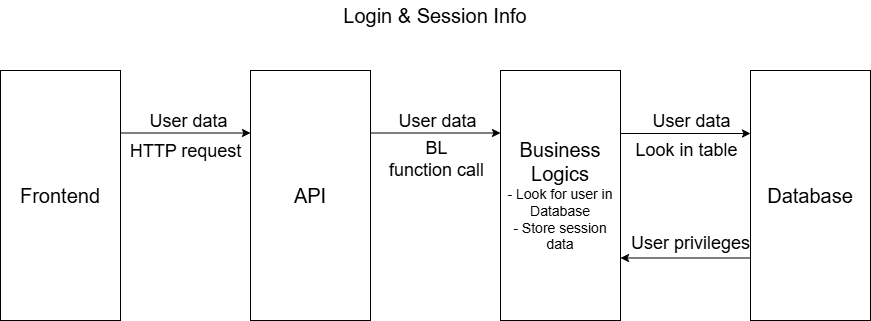
Above: docs/login_flow.png in lmcosta10/labeling_system (draw.io), before the change. Source tidied: cells renumbered, new cells last; positions are measured from the earlier drawing's top-left corner, leaving out a move shared by most shapes.
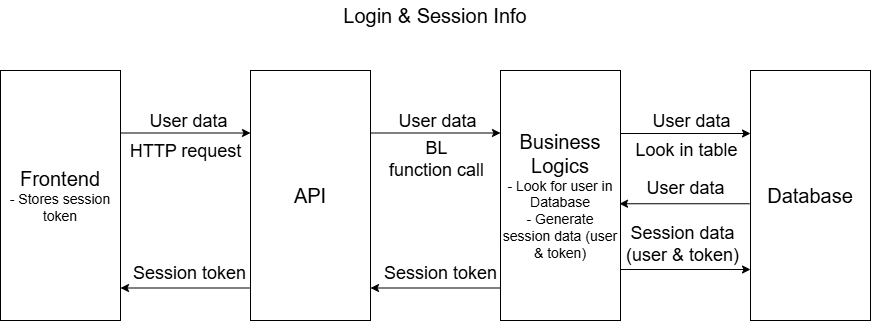
The same diagram one commit later.

Commit message:
docs: session storage flow

Change to the diagram source:
```diff
@@ -2,7 +2,7 @@
   <root>
     <mxCell id="0" />
     <mxCell id="1" parent="0" />
-    <mxCell id="2" style="edgeStyle=orthogonalEdgeStyle;rounded=0;jettySize=auto;html=1;exitX=1;exitY=0.25;exitDx=0;exitDy=0;entryX=0;entryY=0.25;entryDx=0;entryDy=0;" parent="1" edge="1" source="4" target="6">
+    <mxCell id="2" style="edgeStyle=orthogonalEdgeStyle;rounded=0;jettySize=auto;html=1;exitX=1;exitY=0.25;exitDx=0;exitDy=0;entryX=0;entryY=0.25;entryDx=0;entryDy=0;" parent="1" edge="1" source="4" target="7">
       <mxGeometry relative="1" as="geometry" />
     </mxCell>
     <mxCell id="3" value="&lt;font style=&quot;font-size: 18px;&quot;&gt;User data&lt;/font&gt;" style="edgeLabel;html=1;align=center;verticalAlign=middle;" parent="2" vertex="1">
@@ -10,52 +10,86 @@
         <mxPoint x="-7" y="-15" as="offset" />
       </mxGeometry>
     </mxCell>
-    <mxCell id="4" value="&lt;font style=&quot;font-size: 20px;&quot;&gt;Frontend&lt;/font&gt;" style="rounded=0;whiteSpace=wrap;html=1;" parent="1" vertex="1">
+    <mxCell id="4" value="&lt;font style=&quot;font-size: 20px;&quot;&gt;Frontend&lt;/font&gt;&lt;div&gt;&lt;font style=&quot;font-size: 14px; background-color: rgb(255, 255, 255);&quot;&gt;- Stores session token&lt;/font&gt;&lt;/div&gt;" style="rounded=0;whiteSpace=wrap;html=1;" parent="1" vertex="1">
       <mxGeometry y="70" width="120" height="250" as="geometry" />
     </mxCell>
-    <mxCell id="5" style="edgeStyle=orthogonalEdgeStyle;rounded=0;jettySize=auto;html=1;exitX=1;exitY=0.25;exitDx=0;exitDy=0;entryX=0;entryY=0.25;entryDx=0;entryDy=0;" parent="1" edge="1" source="6" target="7">
+    <mxCell id="5" style="edgeStyle=orthogonalEdgeStyle;rounded=0;jettySize=auto;html=1;exitX=1;exitY=0.25;exitDx=0;exitDy=0;entryX=0;entryY=0.25;entryDx=0;entryDy=0;" parent="1" edge="1" source="7" target="9">
       <mxGeometry relative="1" as="geometry" />
     </mxCell>
-    <mxCell id="6" value="&lt;font style=&quot;font-size: 20px;&quot;&gt;API&lt;/font&gt;" style="rounded=0;whiteSpace=wrap;html=1;" parent="1" vertex="1">
-      <mxGeometry x="250" y="70" width="120" height="250" as="geometry" />
+    <mxCell id="6" style="edgeStyle=orthogonalEdgeStyle;rounded=0;orthogonalLoop=1;jettySize=auto;html=1;exitX=0;exitY=0.75;exitDx=0;exitDy=0;entryX=1;entryY=0.75;entryDx=0;entryDy=0;" parent="1" edge="1">
+      <mxGeometry relative="1" as="geometry">
+        <mxPoint x="250" y="287.5" as="sourcePoint" />
+        <mxPoint x="120" y="287.5" as="targetPoint" />
+      </mxGeometry>
     </mxCell>
-    <mxCell id="7" value="&lt;font style=&quot;font-size: 20px;&quot;&gt;Business Logics&lt;/font&gt;&lt;div&gt;&lt;font style=&quot;font-size: 14px; background-color: rgb(255, 255, 255);&quot;&gt;- Look for user in Database&lt;/font&gt;&lt;/div&gt;&lt;div&gt;&lt;font style=&quot;font-size: 14px; background-color: rgb(255, 255, 255);&quot;&gt;- Store session data&lt;/font&gt;&lt;/div&gt;" style="rounded=0;whiteSpace=wrap;html=1;" parent="1" vertex="1">
-      <mxGeometry x="500" y="70" width="120" height="250" as="geometry" />
+    <mxCell id="7" value="&lt;font style=&quot;font-size: 20px;&quot;&gt;API&lt;/font&gt;" style="rounded=0;whiteSpace=wrap;html=1;" parent="1" vertex="1">
+      <mxGeometry x="250" y="70" width="120" height="250" as="geometry" />
     </mxCell>
-    <mxCell id="8" value="&lt;font style=&quot;font-size: 18px;&quot;&gt;User data&lt;/font&gt;" style="edgeLabel;html=1;align=center;verticalAlign=middle;" parent="1" vertex="1">
-      <mxGeometry x="436" y="120" as="geometry" />
+    <mxCell id="8" style="edgeStyle=orthogonalEdgeStyle;rounded=0;orthogonalLoop=1;jettySize=auto;html=1;exitX=0;exitY=0.75;exitDx=0;exitDy=0;entryX=1;entryY=0.75;entryDx=0;entryDy=0;" parent="1" edge="1">
+      <mxGeometry relative="1" as="geometry">
+        <mxPoint x="500" y="287.5" as="sourcePoint" />
+        <mxPoint x="370" y="287.5" as="targetPoint" />
+      </mxGeometry>
     </mxCell>
-    <mxCell id="9" value="&lt;font style=&quot;font-size: 20px;&quot;&gt;Login &amp;amp; Session Info&lt;/font&gt;" style="text;html=1;whiteSpace=wrap;strokeColor=none;fillColor=none;align=center;verticalAlign=middle;rounded=0;" parent="1" vertex="1">
-      <mxGeometry width="870" height="30" as="geometry" />
+    <mxCell id="9" value="&lt;font style=&quot;font-size: 20px;&quot;&gt;Business Logics&lt;/font&gt;&lt;div&gt;&lt;font style=&quot;font-size: 14px; background-color: rgb(255, 255, 255);&quot;&gt;- Look for user in Database&lt;/font&gt;&lt;/div&gt;&lt;div&gt;&lt;font style=&quot;font-size: 14px; background-color: rgb(255, 255, 255);&quot;&gt;- Generate session data (user &amp;amp; token)&lt;/font&gt;&lt;/div&gt;" style="rounded=0;whiteSpace=wrap;html=1;" parent="1" vertex="1">
+      <mxGeometry x="500" y="70" width="120" height="250" as="geometry" />
     </mxCell>
-    <mxCell id="10" style="edgeStyle=orthogonalEdgeStyle;rounded=0;jettySize=auto;html=1;exitX=0;exitY=0.75;exitDx=0;exitDy=0;entryX=1;entryY=0.75;entryDx=0;entryDy=0;" parent="1" edge="1" source="11" target="7">
-      <mxGeometry relative="1" as="geometry" />
+    <mxCell id="10" value="&lt;font style=&quot;font-size: 18px;&quot;&gt;User data&lt;/font&gt;" style="edgeLabel;html=1;align=center;verticalAlign=middle;" parent="1" vertex="1">
+      <mxGeometry x="436" y="120" as="geometry" />
     </mxCell>
-    <mxCell id="11" value="&lt;span style=&quot;font-size: 20px;&quot;&gt;Database&lt;/span&gt;" style="rounded=0;whiteSpace=wrap;html=1;" parent="1" vertex="1">
-      <mxGeometry x="750" y="70" width="120" height="250" as="geometry" />
+    <mxCell id="11" value="&lt;font style=&quot;font-size: 20px;&quot;&gt;Login &amp;amp; Session Info&lt;/font&gt;" style="text;html=1;whiteSpace=wrap;strokeColor=none;fillColor=none;align=center;verticalAlign=middle;rounded=0;" parent="1" vertex="1">
+      <mxGeometry width="870" height="30" as="geometry" />
     </mxCell>
-    <mxCell id="12" style="edgeStyle=orthogonalEdgeStyle;rounded=0;orthogonalLoop=1;jettySize=auto;html=1;exitX=1;exitY=0.25;exitDx=0;exitDy=0;entryX=0;entryY=0.25;entryDx=0;entryDy=0;" parent="1" edge="1">
+    <mxCell id="12" style="edgeStyle=orthogonalEdgeStyle;rounded=0;orthogonalLoop=1;jettySize=auto;html=1;exitX=0;exitY=0.75;exitDx=0;exitDy=0;entryX=1;entryY=0.75;entryDx=0;entryDy=0;" parent="1" edge="1">
       <mxGeometry relative="1" as="geometry">
-        <mxPoint x="620" y="133" as="sourcePoint" />
-        <mxPoint x="750" y="133" as="targetPoint" />
+        <mxPoint x="749" y="203.2" as="sourcePoint" />
+        <mxPoint x="619" y="203.2" as="targetPoint" />
       </mxGeometry>
     </mxCell>
-    <mxCell id="13" value="&lt;span style=&quot;font-size: 18px;&quot;&gt;User data&lt;/span&gt;" style="edgeLabel;html=1;align=center;verticalAlign=middle;" parent="1" vertex="1">
-      <mxGeometry x="690" y="120" as="geometry" />
+    <mxCell id="13" value="&lt;span style=&quot;font-size: 20px;&quot;&gt;Database&lt;/span&gt;" style="rounded=0;whiteSpace=wrap;html=1;" parent="1" vertex="1">
+      <mxGeometry x="750" y="70" width="120" height="250" as="geometry" />
     </mxCell>
-    <mxCell id="14" value="&lt;font style=&quot;font-size: 18px;&quot;&gt;HTTP request&lt;/font&gt;" style="edgeLabel;html=1;align=center;verticalAlign=middle;" parent="1" vertex="1">
-      <mxGeometry x="184" y="150" as="geometry" />
+    <mxCell id="14" style="edgeStyle=orthogonalEdgeStyle;rounded=0;orthogonalLoop=1;jettySize=auto;html=1;exitX=1;exitY=0.25;exitDx=0;exitDy=0;entryX=0;entryY=0.25;entryDx=0;entryDy=0;" parent="1" edge="1">
+      <mxGeometry relative="1" as="geometry">
+        <mxPoint x="620" y="133" as="sourcePoint" />
+        <mxPoint x="750" y="133" as="targetPoint" />
+      </mxGeometry>
     </mxCell>
-    <mxCell id="15" value="&lt;font style=&quot;font-size: 18px;&quot;&gt;BL&lt;/font&gt;&lt;div&gt;&lt;font style=&quot;font-size: 18px;&quot;&gt;function call&lt;/font&gt;&lt;/div&gt;" style="edgeLabel;html=1;align=center;verticalAlign=middle;" parent="1" vertex="1">
-      <mxGeometry x="435" y="158" as="geometry" />
+    <mxCell id="15" value="&lt;span style=&quot;font-size: 18px;&quot;&gt;User data&lt;/span&gt;" style="edgeLabel;html=1;align=center;verticalAlign=middle;" parent="1" vertex="1">
+      <mxGeometry x="690" y="120" as="geometry" />
     </mxCell>
-    <mxCell id="16" value="&lt;span style=&quot;font-size: 18px;&quot;&gt;Look in table&lt;/span&gt;" style="edgeLabel;html=1;align=center;verticalAlign=middle;" parent="1" vertex="1">
-      <mxGeometry x="685" y="149" as="geometry" />
+    <mxCell id="16" value="&lt;font style=&quot;font-size: 18px;&quot;&gt;HTTP request&lt;/font&gt;" style="edgeLabel;html=1;align=center;verticalAlign=middle;" parent="1" vertex="1">
+      <mxGeometry x="184" y="150" as="geometry" />
     </mxCell>
-    <mxCell id="17" value="&lt;span style=&quot;font-size: 18px;&quot;&gt;User privileges&lt;/span&gt;" style="edgeLabel;html=1;align=center;verticalAlign=middle;" parent="1" vertex="1">
-      <mxGeometry x="685" y="240" as="geometry">
-        <mxPoint x="4" y="2" as="offset" />
-      </mxGeometry>
+    <mxCell id="17" value="&lt;font style=&quot;font-size: 18px;&quot;&gt;BL&lt;/font&gt;&lt;div&gt;&lt;font style=&quot;font-size: 18px;&quot;&gt;function call&lt;/font&gt;&lt;/div&gt;" style="edgeLabel;html=1;align=center;verticalAlign=middle;" parent="1" vertex="1">
+      <mxGeometry x="435" y="158" as="geometry" />
     </mxCell>
+    <mxCell id="18" value="&lt;span style=&quot;font-size: 18px;&quot;&gt;Look in table&lt;/span&gt;" style="edgeLabel;html=1;align=center;verticalAlign=middle;" parent="1" vertex="1">
+      <mxGeometry x="685" y="149" as="geometry" />
+    </mxCell>
+    <mxCell id="19" value="&lt;span style=&quot;font-size: 18px;&quot;&gt;User data&lt;/span&gt;" style="edgeLabel;html=1;align=center;verticalAlign=middle;" parent="1" vertex="1">
+      <mxGeometry x="680" y="185.8" as="geometry">
+        <mxPoint x="4" y="2" as="offset" />
+      </mxGeometry>
+    </mxCell>
+    <mxCell id="20" value="&lt;span style=&quot;font-size: 18px;&quot;&gt;Session token&lt;/span&gt;" style="edgeLabel;html=1;align=center;verticalAlign=middle;" parent="1" vertex="1">
+      <mxGeometry x="435" y="270" as="geometry">
+        <mxPoint x="4" y="2" as="offset" />
+      </mxGeometry>
+    </mxCell>
+    <mxCell id="21" value="&lt;span style=&quot;font-size: 18px;&quot;&gt;Session token&lt;/span&gt;" style="edgeLabel;html=1;align=center;verticalAlign=middle;" parent="1" vertex="1">
+      <mxGeometry x="184" y="270" as="geometry">
+        <mxPoint x="4" y="2" as="offset" />
+      </mxGeometry>
+    </mxCell>
+    <mxCell id="22" style="edgeStyle=orthogonalEdgeStyle;rounded=0;orthogonalLoop=1;jettySize=auto;html=1;exitX=1;exitY=0.25;exitDx=0;exitDy=0;entryX=0;entryY=0.25;entryDx=0;entryDy=0;" parent="1" edge="1">
+      <mxGeometry relative="1" as="geometry">
+        <mxPoint x="620" y="269" as="sourcePoint" />
+        <mxPoint x="750" y="269" as="targetPoint" />
+      </mxGeometry>
+    </mxCell>
+    <mxCell id="23" value="&lt;span style=&quot;font-size: 18px;&quot;&gt;Session data&lt;br&gt;(user &amp;amp; token)&lt;/span&gt;" style="edgeLabel;html=1;align=center;verticalAlign=middle;" parent="1" vertex="1">
+      <mxGeometry x="681" y="243" as="geometry" />
+    </mxCell>
   </root>
 </mxGraphModel>
```
